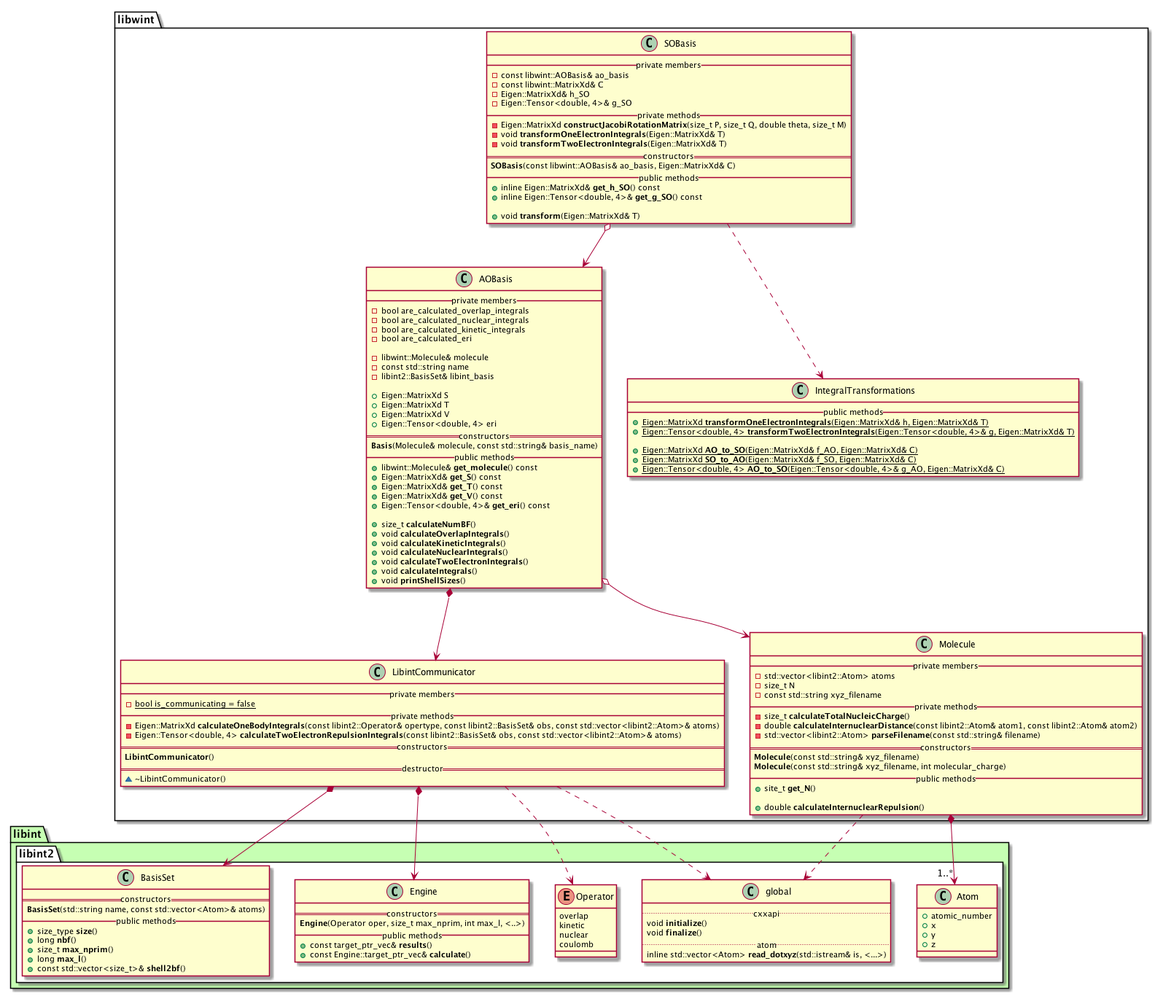
Before: docs/libwint_UML_diagram.png, a diagram exported from PlantUML (tmhuysen/libwint).
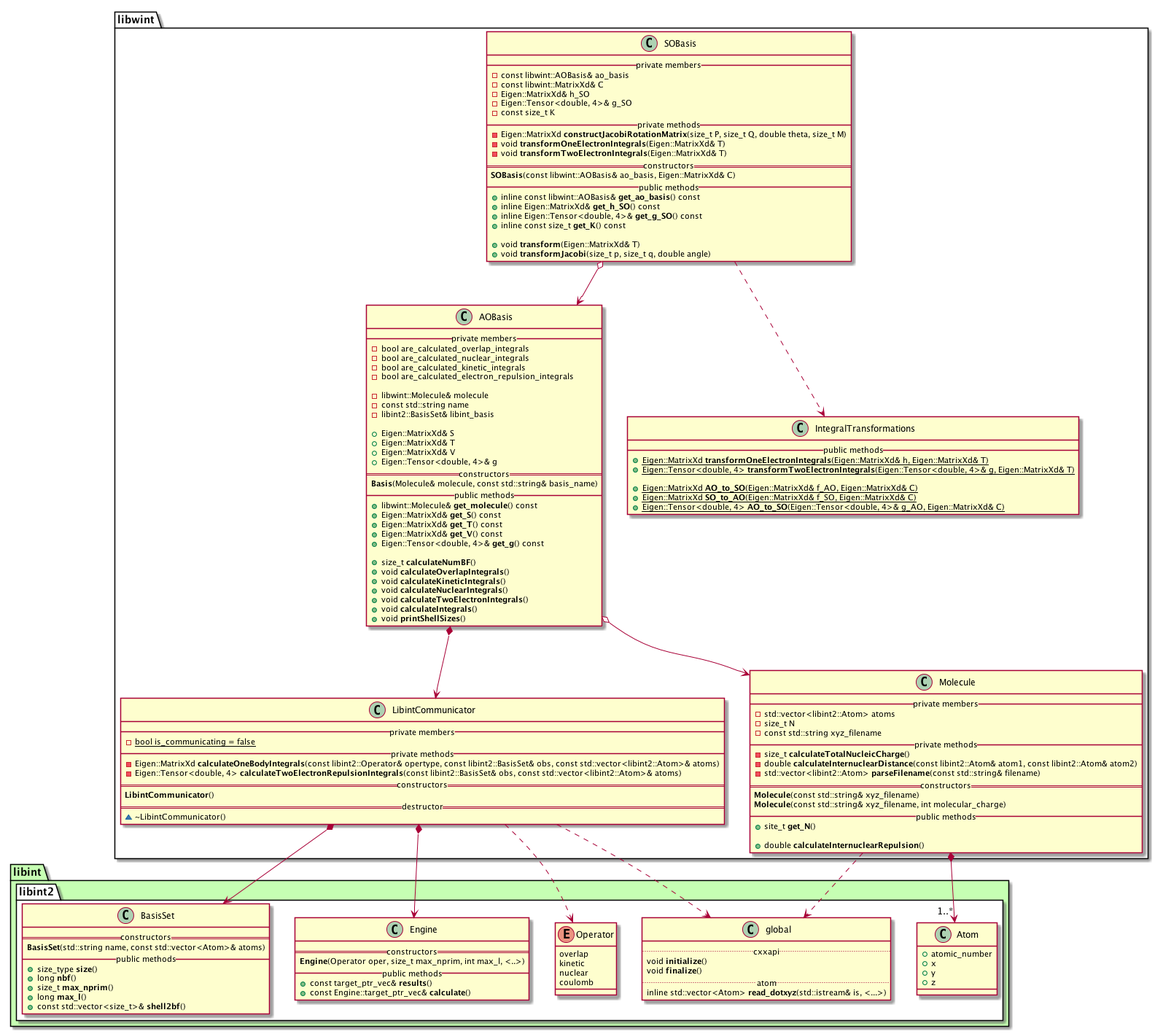
After the change.

Commit message:
Added a Jacobi function.

Diff of the diagram source:
```diff
@@ -57,16 +57,16 @@
             - bool are_calculated_overlap_integrals
             - bool are_calculated_nuclear_integrals
             - bool are_calculated_kinetic_integrals
-            - bool are_calculated_eri
+            - bool are_calculated_electron_repulsion_integrals
 
             - libwint::Molecule& molecule
             - const std::string name
             - libint2::BasisSet& libint_basis
 
-            + Eigen::MatrixXd S
-            + Eigen::MatrixXd T
-            + Eigen::MatrixXd V
-            + Eigen::Tensor<double, 4> eri
+            + Eigen::MatrixXd& S
+            + Eigen::MatrixXd& T
+            + Eigen::MatrixXd& V
+            + Eigen::Tensor<double, 4>& g
         == constructors ==
             **Basis**(Molecule& molecule, const std::string& basis_name)
         __ public methods __
@@ -74,7 +74,7 @@
             + Eigen::MatrixXd& **get_S**() const
             + Eigen::MatrixXd& **get_T**() const
             + Eigen::MatrixXd& **get_V**() const
-            + Eigen::Tensor<double, 4>& **get_eri**() const
+            + Eigen::Tensor<double, 4>& **get_g**() const
 
             + size_t **calculateNumBF**()
             + void **calculateOverlapIntegrals**()
@@ -92,6 +92,7 @@
             - const libwint::MatrixXd& C
             - Eigen::MatrixXd& h_SO
             - Eigen::Tensor<double, 4>& g_SO
+            - const size_t K
         __ private methods __
             - Eigen::MatrixXd **constructJacobiRotationMatrix**(size_t P, size_t Q, double theta, size_t M)
             - void **transformOneElectronIntegrals**(Eigen::MatrixXd& T)
@@ -99,10 +100,13 @@
         == constructors ==
             **SOBasis**(const libwint::AOBasis& ao_basis, Eigen::MatrixXd& C)
         __ public methods __
+            + inline const libwint::AOBasis& **get_ao_basis**() const
             + inline Eigen::MatrixXd& **get_h_SO**() const
             + inline Eigen::Tensor<double, 4>& **get_g_SO**() const
+            + inline const size_t **get_K**() const
 
             + void **transform**(Eigen::MatrixXd& T)
+            + void **transformJacobi**(size_t p, size_t q, double angle)
     }
 
 
```
